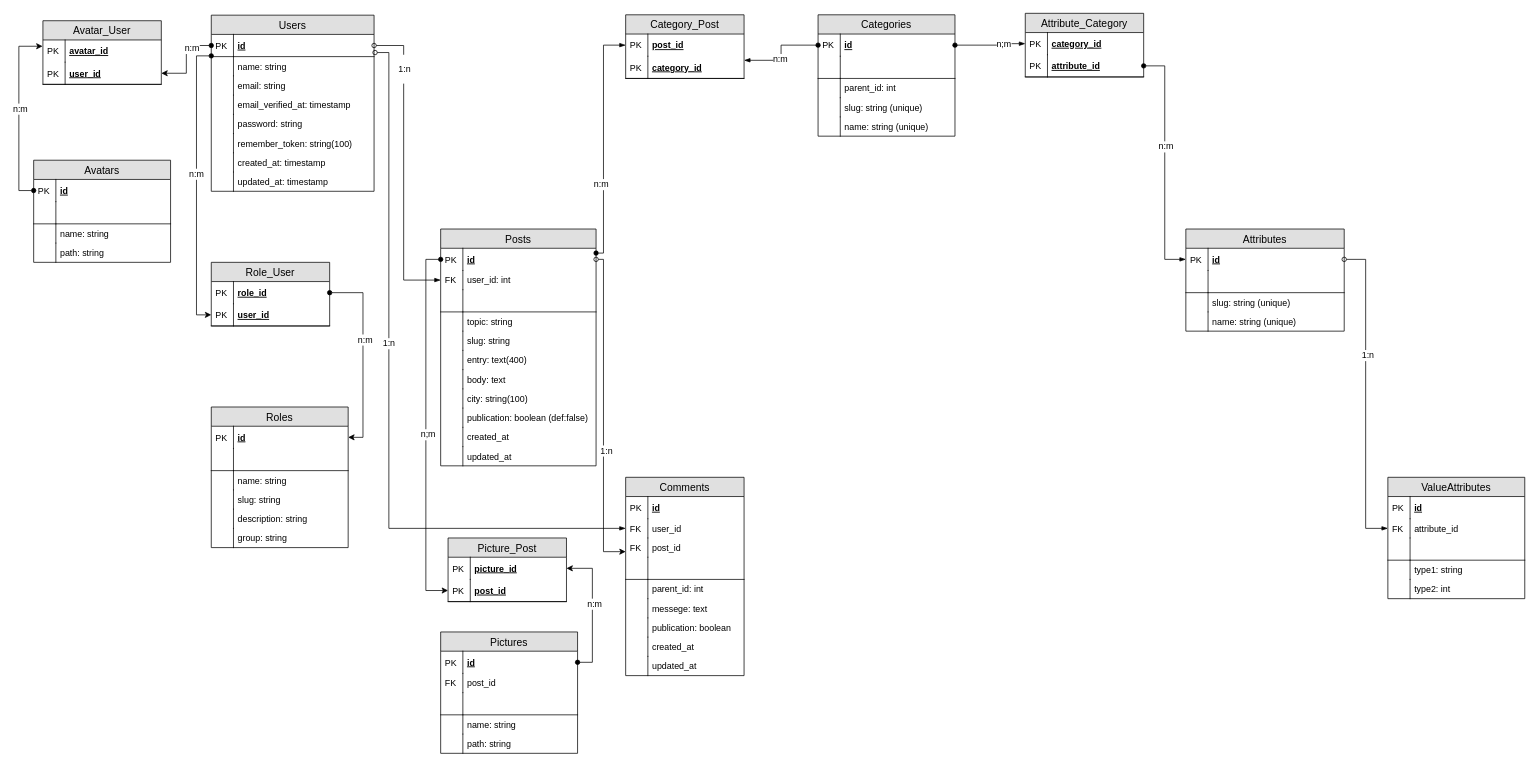
Earlier version of the draw.io diagram scheme_db/lgical.drawio (igor193/dumpsdatafindteam). Source tidied: cells renumbered, new cells numbered last; positions are measured from the earlier drawing's top-left corner, leaving out a move shared by most shapes. Both pictures are drawn from the tidied source at 74%, with x=0, y=0 at pixel (33, 13).
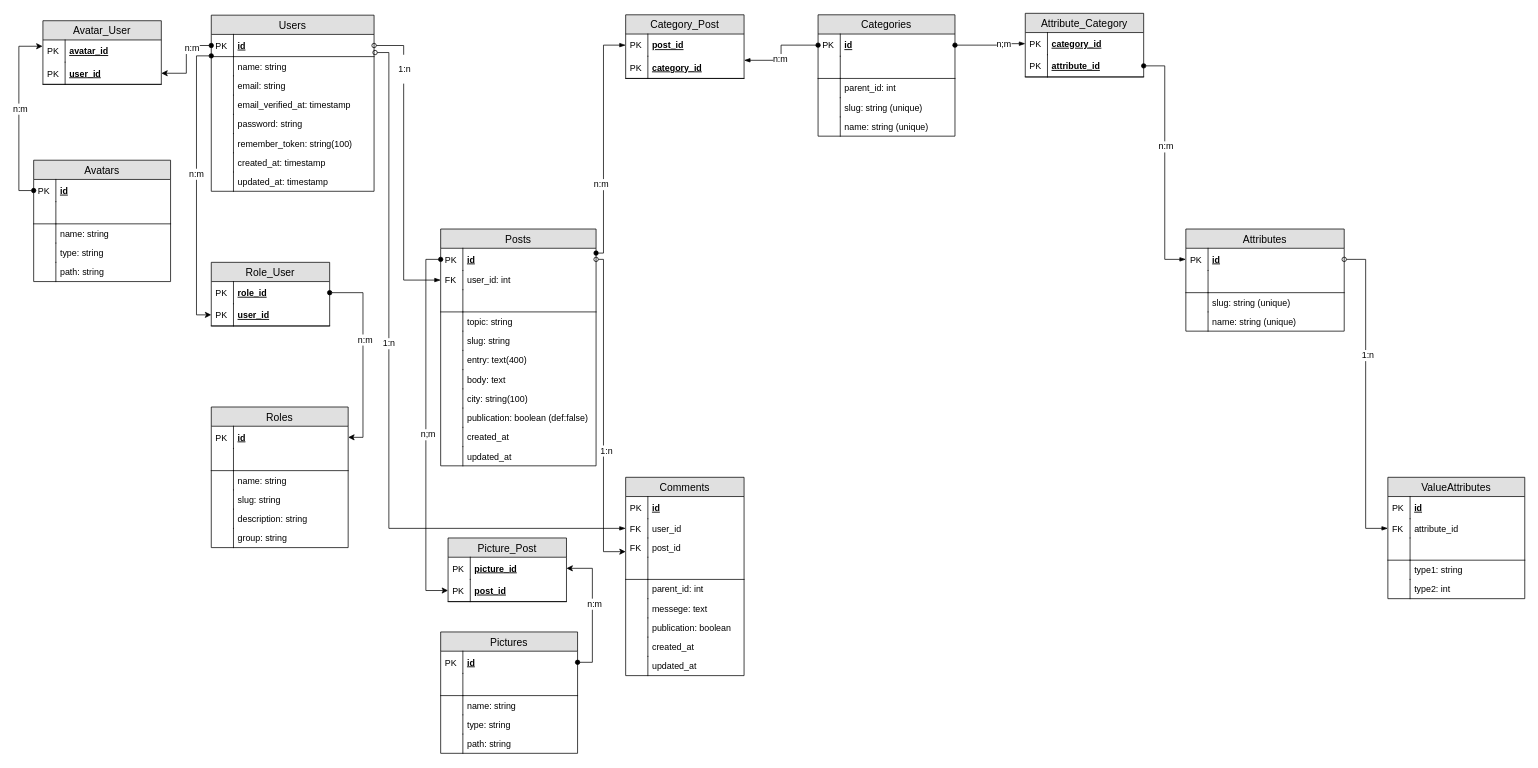
Above is the later version.

The change refers to these unchanged cells:
```xml
<mxCell id="140" value="Pictures" style="swimlane;fontStyle=0;horizontal=1;startSize=26;fillColor=#e0e0e0;swimlaneFillColor=#ffffff;align=center;fontSize=14;" parent="1" vertex="1">
  <mxGeometry x="550" y="836.5" width="185" height="164" as="geometry" />
</mxCell>
```

What changed in the source:
```diff
@@
     <mxCell id="118" value="Avatars" style="swimlane;fontStyle=0;horizontal=1;startSize=26;fillColor=#e0e0e0;swimlaneFillColor=#ffffff;align=center;fontSize=14;" parent="1" vertex="1">
-      <mxGeometry y="199" width="185" height="138" as="geometry" />
+      <mxGeometry y="199" width="185" height="164" as="geometry" />
     </mxCell>
@@
+    <mxCell id="178" value="type: string" style="shape=partialRectangle;top=0;left=0;right=0;bottom=0;align=left;verticalAlign=top;fillColor=none;spacingLeft=34;spacingRight=4;overflow=hidden;fontSize=12;strokeColor=#000000;perimeterSpacing=0;strokeWidth=1;" parent="118" vertex="1">
+      <mxGeometry y="112" width="185" height="26" as="geometry" />
+    </mxCell>
+    <mxCell id="179" style="shape=partialRectangle;top=0;left=0;bottom=0;fillColor=none;align=left;verticalAlign=top;spacingLeft=4;spacingRight=4;overflow=hidden;fontSize=12;" parent="178" vertex="1">
+      <mxGeometry width="30" height="26" as="geometry" />
+    </mxCell>
     <mxCell id="125" value="path: string" style="shape=partialRectangle;top=0;left=0;right=0;bottom=0;align=left;verticalAlign=top;fillColor=none;spacingLeft=34;spacingRight=4;overflow=hidden;fontSize=12;strokeColor=#000000;perimeterSpacing=0;strokeWidth=1;" parent="118" vertex="1">
-      <mxGeometry y="112" width="185" height="26" as="geometry" />
+      <mxGeometry y="138" width="185" height="26" as="geometry" />
     </mxCell>
@@
-    <mxCell id="143" value="post_id" style="shape=partialRectangle;top=0;left=0;right=0;bottom=0;align=left;verticalAlign=top;fillColor=none;spacingLeft=34;spacingRight=4;overflow=hidden;fontSize=12;" parent="140" vertex="1">
-      <mxGeometry y="56" width="185" height="26" as="geometry" />
-    </mxCell>
-    <mxCell id="144" value="FK" style="shape=partialRectangle;top=0;left=0;bottom=0;fillColor=none;align=left;verticalAlign=top;spacingLeft=4;spacingRight=4;overflow=hidden;fontSize=12;" parent="143" vertex="1">
-      <mxGeometry width="30" height="26" as="geometry" />
-    </mxCell>
     <mxCell id="145" style="shape=partialRectangle;top=0;left=0;right=0;bottom=1;align=left;verticalAlign=middle;fillColor=none;spacingLeft=34;spacingRight=4;overflow=hidden;fontStyle=5;fontSize=12;" parent="140" vertex="1">
-      <mxGeometry y="82" width="185" height="30" as="geometry" />
+      <mxGeometry y="56" width="185" height="30" as="geometry" />
     </mxCell>
@@
     <mxCell id="147" value="name: string" style="shape=partialRectangle;top=0;left=0;right=0;bottom=0;align=left;verticalAlign=top;fillColor=none;spacingLeft=34;spacingRight=4;overflow=hidden;fontSize=12;strokeColor=#000000;perimeterSpacing=0;strokeWidth=1;" parent="140" vertex="1">
-      <mxGeometry y="112" width="185" height="26" as="geometry" />
+      <mxGeometry y="86" width="185" height="26" as="geometry" />
     </mxCell>
@@
+    <mxCell id="180" value="type: string" style="shape=partialRectangle;top=0;left=0;right=0;bottom=0;align=left;verticalAlign=top;fillColor=none;spacingLeft=34;spacingRight=4;overflow=hidden;fontSize=12;strokeColor=#000000;perimeterSpacing=0;strokeWidth=1;" parent="140" vertex="1">
+      <mxGeometry y="112" width="185" height="26" as="geometry" />
+    </mxCell>
+    <mxCell id="181" style="shape=partialRectangle;top=0;left=0;bottom=0;fillColor=none;align=left;verticalAlign=top;spacingLeft=4;spacingRight=4;overflow=hidden;fontSize=12;" parent="180" vertex="1">
+      <mxGeometry width="30" height="26" as="geometry" />
+    </mxCell>
```
